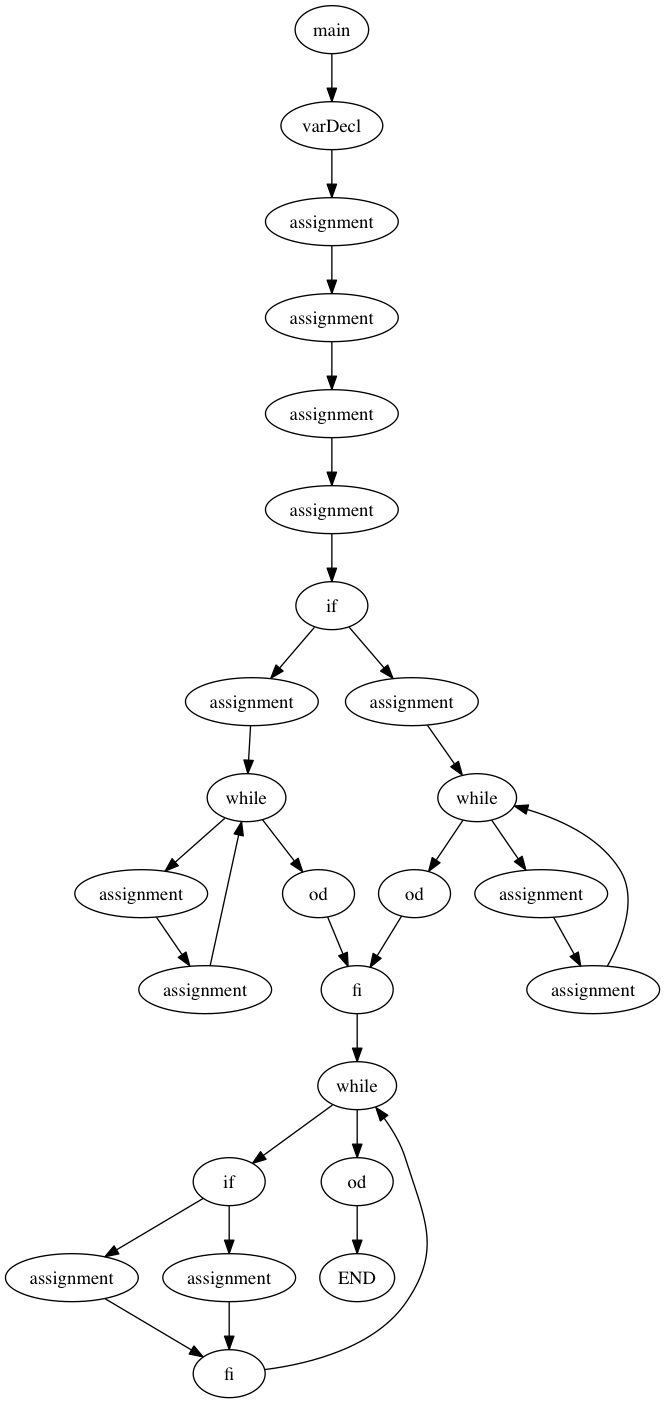
Before: viz/test011.png, a diagram exported from Graphviz (jiahanwang/PL241-Compiler). Its source is kept beside it as viz/test011.dot.
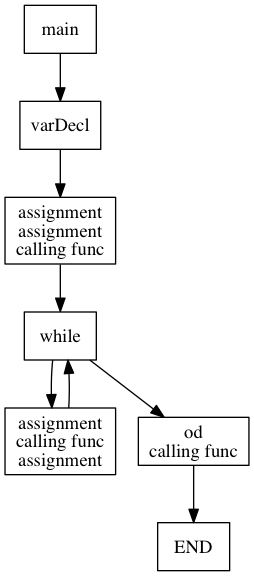
Above is the later version.

The edit, as a diff of the source:
```diff
@@ -1,56 +1,52 @@
 digraph test011 {
-0[label="main"]
-0 -> 1
-1[label="varDecl"]
-1 -> 3
-3[label="assignment"]
-3 -> 7
-7[label="assignment"]
-7 -> 11
-11[label="assignment"]
-11 -> 15
-15[label="assignment"]
-15 -> 19
-19[label="if"]
-19 -> 27
-27[label="assignment"]
-27 -> 33
-33[label="while"]
-33 -> 41
-41[label="assignment"]
-41 -> 47
-47[label="assignment"]
-47 -> 33
-33 -> 34
-34[label="od"]
-34 -> 20
-20[label="fi"]
-20 -> 79
-79[label="while"]
-79 -> 87
-87[label="if"]
-87 -> 95
-95[label="assignment"]
-95 -> 88
-88[label="fi"]
-88 -> 79
-87 -> 99
-99[label="assignment"]
-99 -> 88
-79 -> 80
-80[label="od"]
-80 -> 103
-103[label="END"]
-19 -> 53
-53[label="assignment"]
-53 -> 59
-59[label="while"]
-59 -> 67
-67[label="assignment"]
-67 -> 73
-73[label="assignment"]
-73 -> 59
-59 -> 60
-60[label="od"]
-60 -> 20
+node [shape=box]
+199[label="main"]
+199 -> 200
+200[label="varDecl"]
+200 -> 202
+202[label="assignment
+assignment
+assignment
+assignment"]
+202 -> 206
+206[label="if"]
+206 -> 208
+208[label="assignment"]
+208 -> 209
+209[label="while"]
+209 -> 211
+211[label="assignment
+assignment"]
+211 -> 209
+209 -> 210
+210[label="od"]
+210 -> 207
+207[label="fi"]
+207 -> 218
+218[label="while"]
+218 -> 220
+220[label="if"]
+220 -> 222
+222[label="assignment"]
+222 -> 221
+221[label="fi"]
+221 -> 218
+220 -> 223
+223[label="assignment"]
+223 -> 221
+218 -> 219
+219[label="od"]
+219 -> 224
+224[label="END"]
+206 -> 213
+213[label="assignment"]
+213 -> 214
+214[label="while"]
+214 -> 216
+216[label="assignment
+assignment"]
+216 -> 214
+214 -> 215
+215[label="od"]
+215 -> 207
 }
```
